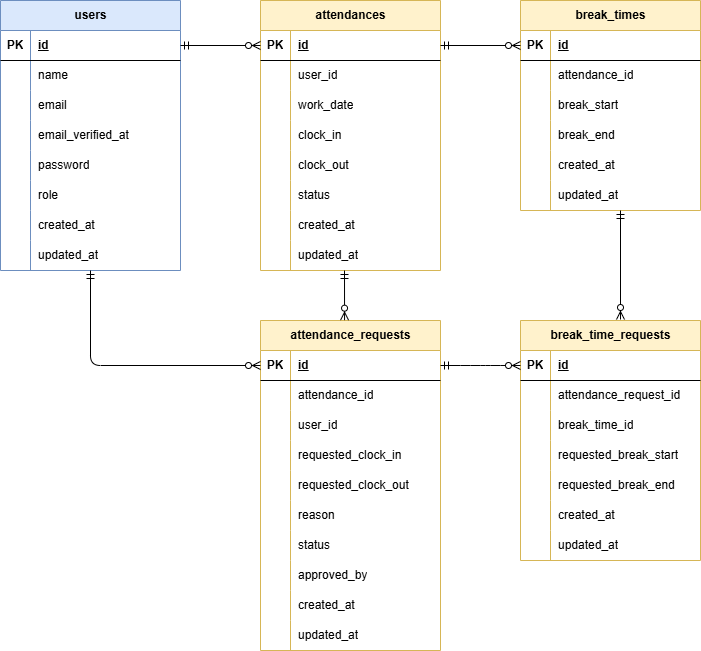
This is attendance_management_app.drawio.png from yun-0312/attendance-management-app, a draw.io export, as it was before one commit. Source tidied: cells renumbered, new cells last; positions are measured from the earlier drawing's top-left corner, leaving out a move shared by most shapes.
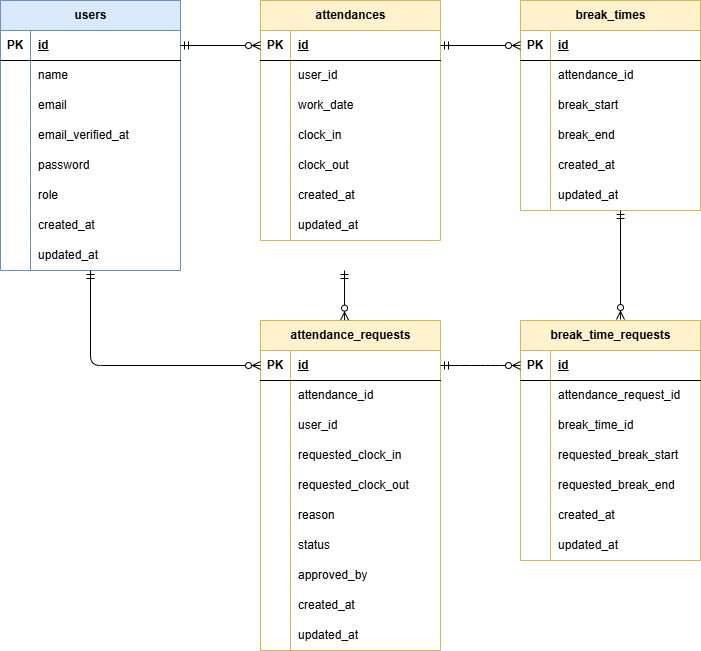
Above is the later version.

What changed in the source:
```diff
@@ -78,7 +78,7 @@
       <mxGeometry x="30" width="150" height="30" as="geometry" />
     </mxCell>
     <mxCell id="27" value="attendances" style="shape=table;startSize=30;rowLines=0;fontStyle=1;align=center;html=1;fillColor=#fff2cc;strokeColor=#d6b656;" parent="1" vertex="1">
-      <mxGeometry x="260" width="180" height="270" as="geometry" />
+      <mxGeometry x="260" width="180" height="240" as="geometry" />
     </mxCell>
     <mxCell id="28" style="shape=tableRow;horizontal=0;startSize=0;swimlaneHead=0;swimlaneBody=0;fillColor=none;points=[[0,0.5],[1,0.5]];portConstraint=eastwest;top=0;left=0;right=0;bottom=1;" parent="27" vertex="1">
       <mxGeometry y="30" width="180" height="30" as="geometry" />
@@ -125,17 +125,8 @@
     <mxCell id="42" value="clock_out" style="shape=partialRectangle;fillColor=none;top=0;left=0;bottom=0;right=0;align=left;spacingLeft=6;overflow=hidden;whiteSpace=wrap;html=1;" parent="40" vertex="1">
       <mxGeometry x="30" width="150" height="30" as="geometry" />
     </mxCell>
-    <mxCell id="43" style="shape=tableRow;horizontal=0;startSize=0;swimlaneHead=0;swimlaneBody=0;fillColor=none;top=0;left=0;right=0;bottom=0;" parent="27" vertex="1">
-      <mxGeometry y="180" width="180" height="30" as="geometry" />
-    </mxCell>
-    <mxCell id="44" style="shape=partialRectangle;fillColor=none;top=0;left=0;bottom=0;right=0;overflow=hidden;whiteSpace=wrap;html=1;" parent="43" vertex="1">
-      <mxGeometry width="30" height="30" as="geometry" />
-    </mxCell>
-    <mxCell id="45" value="status" style="shape=partialRectangle;fillColor=none;top=0;left=0;bottom=0;right=0;align=left;spacingLeft=6;overflow=hidden;whiteSpace=wrap;html=1;" parent="43" vertex="1">
-      <mxGeometry x="30" width="150" height="30" as="geometry" />
-    </mxCell>
     <mxCell id="46" style="shape=tableRow;horizontal=0;startSize=0;swimlaneHead=0;swimlaneBody=0;fillColor=none;top=0;left=0;right=0;bottom=0;" parent="27" vertex="1">
-      <mxGeometry y="210" width="180" height="30" as="geometry" />
+      <mxGeometry y="180" width="180" height="30" as="geometry" />
     </mxCell>
     <mxCell id="47" style="shape=partialRectangle;fillColor=none;top=0;left=0;bottom=0;right=0;overflow=hidden;whiteSpace=wrap;html=1;" parent="46" vertex="1">
       <mxGeometry width="30" height="30" as="geometry" />
@@ -144,7 +135,7 @@
       <mxGeometry x="30" width="150" height="30" as="geometry" />
     </mxCell>
     <mxCell id="49" style="shape=tableRow;horizontal=0;startSize=0;swimlaneHead=0;swimlaneBody=0;fillColor=none;top=0;left=0;right=0;bottom=0;" parent="27" vertex="1">
-      <mxGeometry y="240" width="180" height="30" as="geometry" />
+      <mxGeometry y="210" width="180" height="30" as="geometry" />
     </mxCell>
     <mxCell id="50" style="shape=partialRectangle;fillColor=none;top=0;left=0;bottom=0;right=0;overflow=hidden;whiteSpace=wrap;html=1;" parent="49" vertex="1">
       <mxGeometry width="30" height="30" as="geometry" />
```
